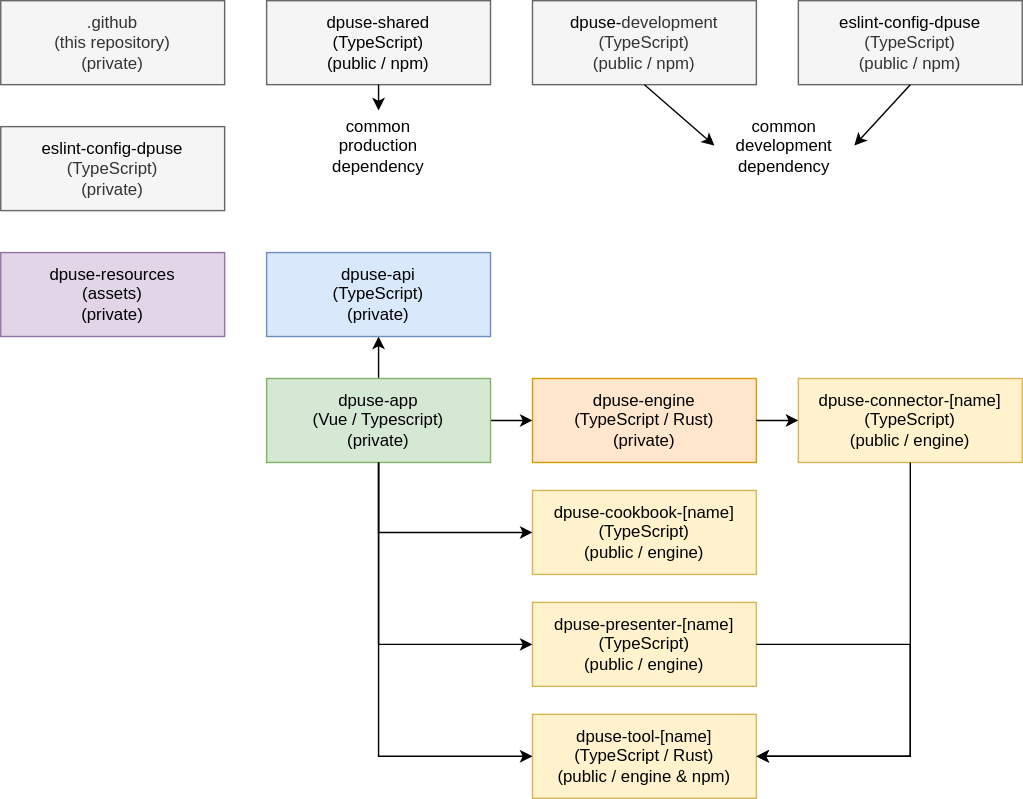
This is Repositories Schematic.svg from dpuse/.github, a draw.io export, as it was before one commit. Source tidied: cells renumbered, new cells last; positions are measured from the earlier drawing's top-left corner, leaving out a move shared by most shapes. Its diagram source:
```xml
<mxGraphModel>
  <root>
    <mxCell id="0" />
    <mxCell id="1" parent="0" />
    <mxCell id="2" style="endArrow=none;html=1;rounded=0;entryX=0.5;entryY=0;entryDx=0;entryDy=0;exitX=0.5;exitY=1;exitDx=0;exitDy=0;startArrow=classic;startFill=1;endFill=0;jumpStyle=arc;" parent="1" edge="1" source="5" target="4">
      <mxGeometry relative="1" as="geometry" />
    </mxCell>
    <mxCell id="3" style="endArrow=none;html=1;rounded=0;startArrow=classic;startFill=1;endFill=0;entryX=1;entryY=0.5;entryDx=0;entryDy=0;exitX=0;exitY=0.5;exitDx=0;exitDy=0;jumpStyle=arc;" parent="1" edge="1" source="9" target="4">
      <mxGeometry relative="1" as="geometry" />
    </mxCell>
    <mxCell id="4" value="dpuse-app&lt;br style=&quot;border-color: var(--border-color);&quot;&gt;(Vue / Typescript)&lt;div&gt;(private)&lt;/div&gt;" style="rounded=0;whiteSpace=wrap;html=1;fillColor=#d5e8d4;strokeColor=#82b366;" parent="1" vertex="1">
      <mxGeometry x="190" y="270" width="160" height="60" as="geometry" />
    </mxCell>
    <mxCell id="5" value="&lt;span style=&quot;color: rgb(0, 0, 0);&quot;&gt;dpuse-&lt;/span&gt;api&lt;br style=&quot;border-color: var(--border-color);&quot;&gt;(TypeScript)&lt;div&gt;(private)&lt;/div&gt;" style="rounded=0;whiteSpace=wrap;html=1;fillColor=#dae8fc;strokeColor=#6c8ebf;" parent="1" vertex="1">
      <mxGeometry x="190" y="180" width="160" height="60" as="geometry" />
    </mxCell>
    <mxCell id="6" value="&lt;span style=&quot;color: rgb(0, 0, 0);&quot;&gt;dpuse-&lt;/span&gt;resources&lt;br&gt;(assets)&lt;div&gt;(private)&lt;/div&gt;" style="rounded=0;whiteSpace=wrap;html=1;fillColor=#e1d5e7;strokeColor=#9673a6;" parent="1" vertex="1">
      <mxGeometry y="180" width="160" height="60" as="geometry" />
    </mxCell>
    <mxCell id="7" value="&lt;span style=&quot;color: rgb(0, 0, 0);&quot;&gt;dpuse-&lt;/span&gt;connector-[name]&lt;br style=&quot;border-color: var(--border-color);&quot;&gt;(TypeScript)&lt;div&gt;(public / engine)&lt;/div&gt;" style="rounded=0;whiteSpace=wrap;html=1;fillColor=#fff2cc;strokeColor=#d6b656;" parent="1" vertex="1">
      <mxGeometry x="570" y="270" width="160" height="60" as="geometry" />
    </mxCell>
    <mxCell id="8" value="&lt;span style=&quot;color: rgb(0, 0, 0);&quot;&gt;dpuse-&lt;/span&gt;presenter-[name]&lt;br style=&quot;border-color: var(--border-color);&quot;&gt;(TypeScript)&lt;div&gt;(public / engine)&lt;/div&gt;" style="rounded=0;whiteSpace=wrap;html=1;fillColor=#fff2cc;strokeColor=#d6b656;" parent="1" vertex="1">
      <mxGeometry x="380" y="430" width="160" height="60" as="geometry" />
    </mxCell>
    <mxCell id="9" value="&lt;span style=&quot;color: rgb(0, 0, 0);&quot;&gt;dpuse-&lt;/span&gt;engine&lt;br&gt;(TypeScript / Rust)&lt;div&gt;(private)&lt;/div&gt;" style="rounded=0;whiteSpace=wrap;html=1;fillColor=#ffe6cc;strokeColor=#d79b00;" parent="1" vertex="1">
      <mxGeometry x="380" y="270" width="160" height="60" as="geometry" />
    </mxCell>
    <mxCell id="10" value="&lt;span style=&quot;color: rgb(0, 0, 0);&quot;&gt;dpuse-&lt;/span&gt;development&lt;br&gt;(TypeScript)&lt;div&gt;(public / npm)&lt;/div&gt;" style="rounded=0;whiteSpace=wrap;html=1;points=[[0,0,0,0,0],[0,0.25,0,0,0],[0,0.5,0,0,0],[0,0.75,0,0,0],[0,1,0,0,0],[0.13,1,0,0,0],[0.25,0,0,0,0],[0.25,1,0,0,0],[0.38,1,0,0,0],[0.5,0,0,0,0],[0.5,1,0,0,0],[0.63,1,0,0,0],[0.75,0,0,0,0],[0.75,1,0,0,0],[0.88,1,0,0,0],[1,0,0,0,0],[1,0.25,0,0,0],[1,0.5,0,0,0],[1,0.75,0,0,0],[1,1,0,0,0]];fillColor=#f5f5f5;fontColor=#333333;strokeColor=#666666;" parent="1" vertex="1">
      <mxGeometry x="380" width="160" height="60" as="geometry" />
    </mxCell>
    <mxCell id="11" value=".github&lt;br&gt;(this repository)&lt;div&gt;(private)&lt;/div&gt;" style="rounded=0;whiteSpace=wrap;html=1;fillColor=#f5f5f5;fontColor=#333333;strokeColor=#666666;" parent="1" vertex="1">
      <mxGeometry width="160" height="60" as="geometry" />
    </mxCell>
    <mxCell id="12" value="&lt;font color=&quot;#000000&quot;&gt;eslint-config-dpuse&lt;/font&gt;&lt;br&gt;(TypeScript)&lt;div&gt;(public / npm)&lt;/div&gt;" style="rounded=0;whiteSpace=wrap;html=1;points=[[0,0,0,0,0],[0,0.25,0,0,0],[0,0.5,0,0,0],[0,0.75,0,0,0],[0,1,0,0,0],[0.13,1,0,0,0],[0.25,0,0,0,0],[0.25,1,0,0,0],[0.38,1,0,0,0],[0.5,0,0,0,0],[0.5,1,0,0,0],[0.63,1,0,0,0],[0.75,0,0,0,0],[0.75,1,0,0,0],[0.88,1,0,0,0],[1,0,0,0,0],[1,0.25,0,0,0],[1,0.5,0,0,0],[1,0.75,0,0,0],[1,1,0,0,0]];fillColor=#f5f5f5;fontColor=#333333;strokeColor=#666666;" parent="1" vertex="1">
      <mxGeometry x="570" width="160" height="60" as="geometry" />
    </mxCell>
    <mxCell id="13" value="&lt;span style=&quot;color: rgb(0, 0, 0);&quot;&gt;dpuse-&lt;/span&gt;tool-[name]&lt;br style=&quot;border-color: var(--border-color);&quot;&gt;(TypeScript / Rust)&lt;div&gt;(public / engine &amp;amp; npm)&lt;/div&gt;" style="rounded=0;whiteSpace=wrap;html=1;fillColor=#fff2cc;strokeColor=#d6b656;" parent="1" vertex="1">
      <mxGeometry x="380" y="510" width="160" height="60" as="geometry" />
    </mxCell>
    <mxCell id="14" style="endArrow=none;html=1;rounded=0;startArrow=classic;startFill=1;endFill=0;entryX=1;entryY=0.5;entryDx=0;entryDy=0;exitX=0;exitY=0.5;exitDx=0;exitDy=0;jumpStyle=arc;" parent="1" edge="1" source="7" target="9">
      <mxGeometry relative="1" as="geometry" />
    </mxCell>
    <mxCell id="15" value="&lt;span style=&quot;scrollbar-color: rgb(226, 226, 226) rgb(251, 251, 251); color: rgb(0, 0, 0);&quot;&gt;dpuse-&lt;/span&gt;&lt;span style=&quot;color: rgb(0, 0, 0);&quot;&gt;shared&lt;/span&gt;&lt;br style=&quot;color: rgb(63, 63, 63); scrollbar-color: rgb(226, 226, 226) rgb(251, 251, 251); border-color: rgb(218, 218, 218);&quot;&gt;&lt;span style=&quot;color: rgb(0, 0, 0);&quot;&gt;(TypeScript)&lt;/span&gt;&lt;div&gt;&lt;span style=&quot;color: rgb(0, 0, 0);&quot;&gt;(public / npm)&lt;/span&gt;&lt;/div&gt;" style="rounded=0;whiteSpace=wrap;html=1;points=[[0,0,0,0,0],[0,0.25,0,0,0],[0,0.5,0,0,0],[0,0.75,0,0,0],[0,1,0,0,0],[0.13,1,0,0,0],[0.25,0,0,0,0],[0.25,1,0,0,0],[0.38,1,0,0,0],[0.5,0,0,0,0],[0.5,1,0,0,0],[0.63,1,0,0,0],[0.75,0,0,0,0],[0.75,1,0,0,0],[0.88,1,0,0,0],[1,0,0,0,0],[1,0.25,0,0,0],[1,0.5,0,0,0],[1,0.75,0,0,0],[1,1,0,0,0]];fillColor=#f5f5f5;fontColor=#333333;strokeColor=#666666;" parent="1" vertex="1">
      <mxGeometry x="190" width="160" height="60" as="geometry" />
    </mxCell>
    <mxCell id="16" style="endArrow=none;html=1;rounded=0;startArrow=classic;startFill=1;endFill=0;entryX=0.5;entryY=1;entryDx=0;entryDy=0;exitX=0;exitY=0.5;exitDx=0;exitDy=0;jumpStyle=arc;edgeStyle=orthogonalEdgeStyle;strokeColor=#000000;" parent="1" edge="1" source="8" target="4">
      <mxGeometry relative="1" as="geometry" />
    </mxCell>
    <mxCell id="17" value="common&lt;div&gt;development&lt;/div&gt;&lt;div&gt;dependency&lt;/div&gt;" style="text;html=1;align=center;verticalAlign=middle;whiteSpace=wrap;rounded=0;" parent="1" vertex="1">
      <mxGeometry x="510" y="78.5" width="100" height="50" as="geometry" />
    </mxCell>
    <mxCell id="18" style="endArrow=none;html=1;rounded=0;startArrow=classic;startFill=1;endFill=0;entryX=0.5;entryY=1;entryDx=0;entryDy=0;exitX=0.5;exitY=0;exitDx=0;exitDy=0;jumpStyle=arc;entryPerimeter=0;" parent="1" edge="1" source="21" target="15">
      <mxGeometry relative="1" as="geometry" />
    </mxCell>
    <mxCell id="19" style="endArrow=none;html=1;rounded=0;startArrow=classic;startFill=1;endFill=0;entryX=0.5;entryY=1;entryDx=0;entryDy=0;exitX=0;exitY=0.5;exitDx=0;exitDy=0;jumpStyle=arc;entryPerimeter=0;" parent="1" edge="1" source="17" target="10">
      <mxGeometry relative="1" as="geometry" />
    </mxCell>
    <mxCell id="20" style="endArrow=none;html=1;rounded=0;startArrow=classic;startFill=1;endFill=0;entryX=0.5;entryY=1;entryDx=0;entryDy=0;exitX=1;exitY=0.5;exitDx=0;exitDy=0;jumpStyle=arc;entryPerimeter=0;" parent="1" edge="1" source="17" target="12">
      <mxGeometry relative="1" as="geometry" />
    </mxCell>
    <mxCell id="21" value="common&lt;div&gt;production&lt;/div&gt;&lt;div&gt;dependency&lt;/div&gt;" style="text;html=1;align=center;verticalAlign=middle;whiteSpace=wrap;rounded=0;" parent="1" vertex="1">
      <mxGeometry x="220" y="78.5" width="100" height="50" as="geometry" />
    </mxCell>
    <mxCell id="22" value="&lt;span style=&quot;color: rgb(0, 0, 0);&quot;&gt;dpuse-&lt;/span&gt;cookbook-[name]&lt;br style=&quot;border-color: var(--border-color);&quot;&gt;(TypeScript)&lt;div&gt;(public / engine)&lt;/div&gt;" style="rounded=0;whiteSpace=wrap;html=1;fillColor=#fff2cc;strokeColor=#d6b656;" parent="1" vertex="1">
      <mxGeometry x="380" y="350" width="160" height="60" as="geometry" />
    </mxCell>
    <mxCell id="23" style="endArrow=none;html=1;rounded=0;startArrow=classic;startFill=1;endFill=0;entryX=0.5;entryY=1;entryDx=0;entryDy=0;jumpStyle=arc;edgeStyle=orthogonalEdgeStyle;strokeColor=#000000;" parent="1" edge="1" source="22" target="4">
      <mxGeometry relative="1" as="geometry" />
    </mxCell>
    <mxCell id="24" style="endArrow=none;html=1;rounded=0;startArrow=classic;startFill=1;endFill=0;entryX=0.5;entryY=1;entryDx=0;entryDy=0;jumpStyle=arc;edgeStyle=orthogonalEdgeStyle;exitX=0;exitY=0.5;exitDx=0;exitDy=0;strokeColor=#000000;" parent="1" edge="1" source="13" target="4">
      <mxGeometry relative="1" as="geometry" />
    </mxCell>
    <mxCell id="25" style="endArrow=none;html=1;rounded=0;startArrow=classic;startFill=1;endFill=0;entryX=0.5;entryY=1;entryDx=0;entryDy=0;jumpStyle=arc;edgeStyle=orthogonalEdgeStyle;strokeColor=#000000;exitX=1;exitY=0.5;exitDx=0;exitDy=0;" parent="1" edge="1" source="13" target="7">
      <mxGeometry relative="1" as="geometry" />
    </mxCell>
    <mxCell id="26" style="endArrow=none;html=1;rounded=0;startArrow=classic;startFill=1;endFill=0;entryX=1;entryY=0.5;entryDx=0;entryDy=0;jumpStyle=arc;edgeStyle=orthogonalEdgeStyle;exitX=1;exitY=0.5;exitDx=0;exitDy=0;strokeColor=#000000;" parent="1" edge="1" source="13" target="8">
      <mxGeometry relative="1" as="geometry">
        <Array as="points">
          <mxPoint x="650" y="540" />
          <mxPoint x="650" y="460" />
        </Array>
      </mxGeometry>
    </mxCell>
    <mxCell id="27" value="&lt;font color=&quot;#000000&quot;&gt;eslint-config-dpuse&lt;/font&gt;&lt;br&gt;(TypeScript)&lt;div&gt;(private)&lt;/div&gt;" style="rounded=0;whiteSpace=wrap;html=1;fillColor=#f5f5f5;fontColor=#333333;strokeColor=#666666;" parent="1" vertex="1">
      <mxGeometry y="90" width="160" height="60" as="geometry" />
    </mxCell>
  </root>
</mxGraphModel>
```
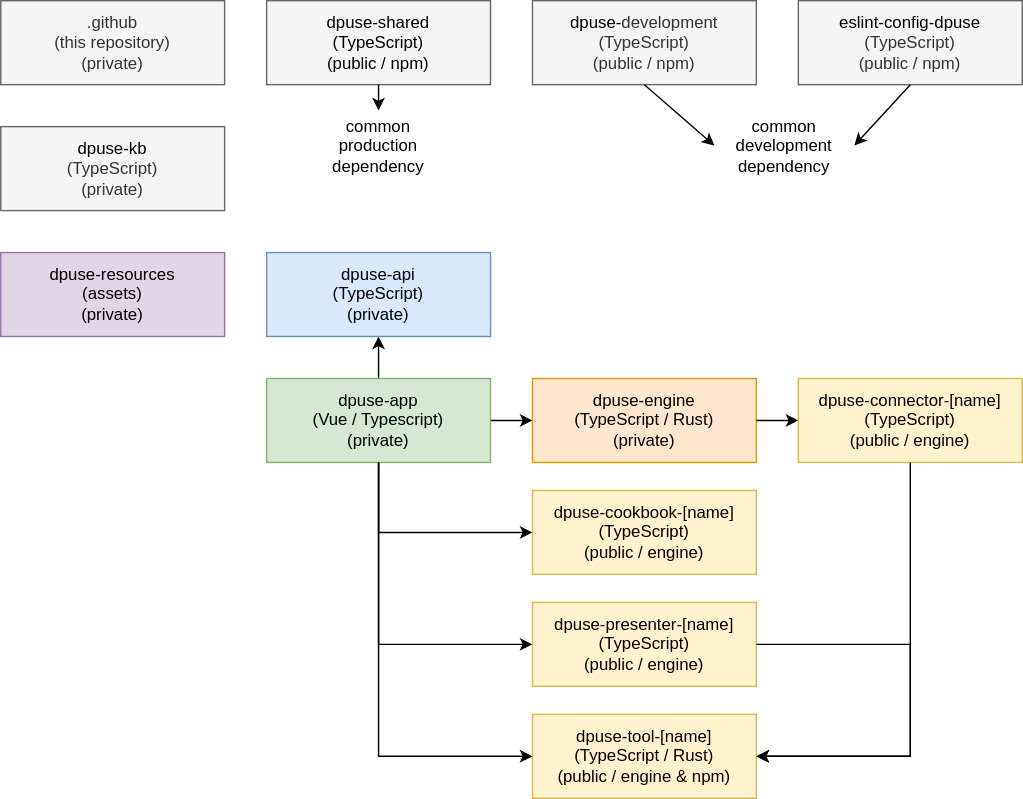
The same file after the commit.

What changed in the source:
```diff
@@ -82,7 +82,7 @@
         </Array>
       </mxGeometry>
     </mxCell>
-    <mxCell id="27" value="&lt;font color=&quot;#000000&quot;&gt;eslint-config-dpuse&lt;/font&gt;&lt;br&gt;(TypeScript)&lt;div&gt;(private)&lt;/div&gt;" style="rounded=0;whiteSpace=wrap;html=1;fillColor=#f5f5f5;fontColor=#333333;strokeColor=#666666;" parent="1" vertex="1">
+    <mxCell id="27" value="&lt;font color=&quot;#000000&quot;&gt;dpuse-kb&lt;/font&gt;&lt;br&gt;(TypeScript)&lt;div&gt;(private)&lt;/div&gt;" style="rounded=0;whiteSpace=wrap;html=1;fillColor=#f5f5f5;fontColor=#333333;strokeColor=#666666;" parent="1" vertex="1">
       <mxGeometry y="90" width="160" height="60" as="geometry" />
     </mxCell>
   </root>
```
